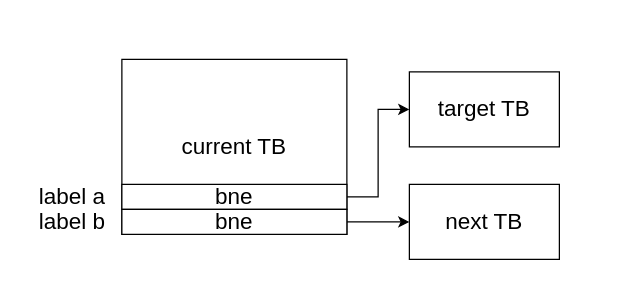
ganjue66da/ganjue66da keeps this draw.io diagram as page "Page-5" (5 of 51) of lajit.drawio. Above is the earlier version. Source tidied: cells renumbered, new cells numbered last; positions are measured from the earlier drawing's top-left corner, leaving out a move shared by most shapes. Both pictures are drawn from the tidied source at 125%, with x=0, y=0 at pixel (21, 59).
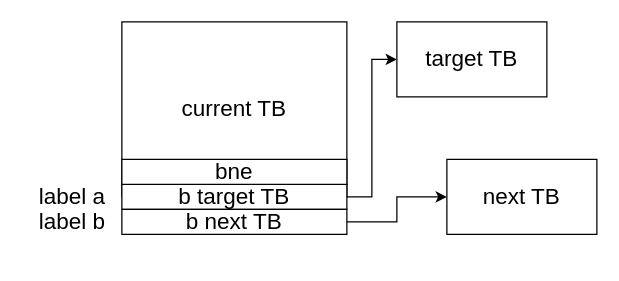
After the change.

The edit, as a diff of the source:
```diff
@@
 <mxGraphModel>
   <root>
     <mxCell id="0" />
     <mxCell id="1" parent="0" />
     <mxCell id="2" value="&lt;font style=&quot;font-size: 18px;&quot;&gt;current TB&lt;/font&gt;" style="rounded=0;whiteSpace=wrap;html=1;" parent="1" vertex="1">
-      <mxGeometry x="80" width="180" height="140" as="geometry" />
+      <mxGeometry x="80" y="-30" width="180" height="140" as="geometry" />
     </mxCell>
     <mxCell id="3" style="edgeStyle=orthogonalEdgeStyle;rounded=0;jettySize=auto;html=1;exitX=1;exitY=0.5;exitDx=0;exitDy=0;entryX=0;entryY=0.5;entryDx=0;entryDy=0;" parent="1" edge="1" source="4" target="5">
       <mxGeometry relative="1" as="geometry" />
     </mxCell>
-    <mxCell id="4" value="&lt;font style=&quot;font-size: 18px;&quot;&gt;bne&lt;/font&gt;" style="rounded=0;whiteSpace=wrap;html=1;" parent="1" vertex="1">
+    <mxCell id="4" value="&lt;font style=&quot;font-size: 18px;&quot;&gt;b target TB&lt;/font&gt;" style="rounded=0;whiteSpace=wrap;html=1;" parent="1" vertex="1">
       <mxGeometry x="80" y="100" width="180" height="20" as="geometry" />
     </mxCell>
     <mxCell id="5" value="&lt;font style=&quot;font-size: 18px;&quot;&gt;target TB&lt;/font&gt;" style="rounded=0;whiteSpace=wrap;html=1;" parent="1" vertex="1">
-      <mxGeometry x="310" y="10" width="120" height="60" as="geometry" />
+      <mxGeometry x="300" y="-30" width="120" height="60" as="geometry" />
     </mxCell>
     <mxCell id="6" value="&lt;font style=&quot;font-size: 18px;&quot;&gt;label a&lt;/font&gt;" style="text;html=1;align=center;verticalAlign=middle;strokeColor=none;fillColor=none;" parent="1" vertex="1">
       <mxGeometry y="90" width="80" height="40" as="geometry" />
     </mxCell>
     <mxCell id="7" value="&lt;font style=&quot;font-size: 18px;&quot;&gt;next TB&lt;/font&gt;" style="rounded=0;whiteSpace=wrap;html=1;" parent="1" vertex="1">
-      <mxGeometry x="310" y="100" width="120" height="60" as="geometry" />
+      <mxGeometry x="340" y="80" width="120" height="60" as="geometry" />
     </mxCell>
     <mxCell id="8" style="edgeStyle=orthogonalEdgeStyle;rounded=0;jettySize=auto;html=1;" parent="1" edge="1" source="9" target="7">
       <mxGeometry relative="1" as="geometry" />
     </mxCell>
-    <mxCell id="9" value="&lt;font style=&quot;font-size: 18px;&quot;&gt;bne&lt;/font&gt;" style="rounded=0;whiteSpace=wrap;html=1;" parent="1" vertex="1">
+    <mxCell id="9" value="&lt;font style=&quot;font-size: 18px;&quot;&gt;b next TB&lt;/font&gt;" style="rounded=0;whiteSpace=wrap;html=1;" parent="1" vertex="1">
       <mxGeometry x="80" y="120" width="180" height="20" as="geometry" />
     </mxCell>
     <mxCell id="10" value="&lt;font style=&quot;font-size: 18px;&quot;&gt;label b&lt;/font&gt;" style="text;html=1;align=center;verticalAlign=middle;strokeColor=none;fillColor=none;" parent="1" vertex="1">
       <mxGeometry y="110" width="80" height="40" as="geometry" />
     </mxCell>
+    <mxCell id="11" value="&lt;font style=&quot;font-size: 18px;&quot;&gt;bne&lt;/font&gt;" style="rounded=0;whiteSpace=wrap;html=1;" parent="1" vertex="1">
+      <mxGeometry x="80" y="80" width="180" height="20" as="geometry" />
+    </mxCell>
   </root>
 </mxGraphModel>
```
